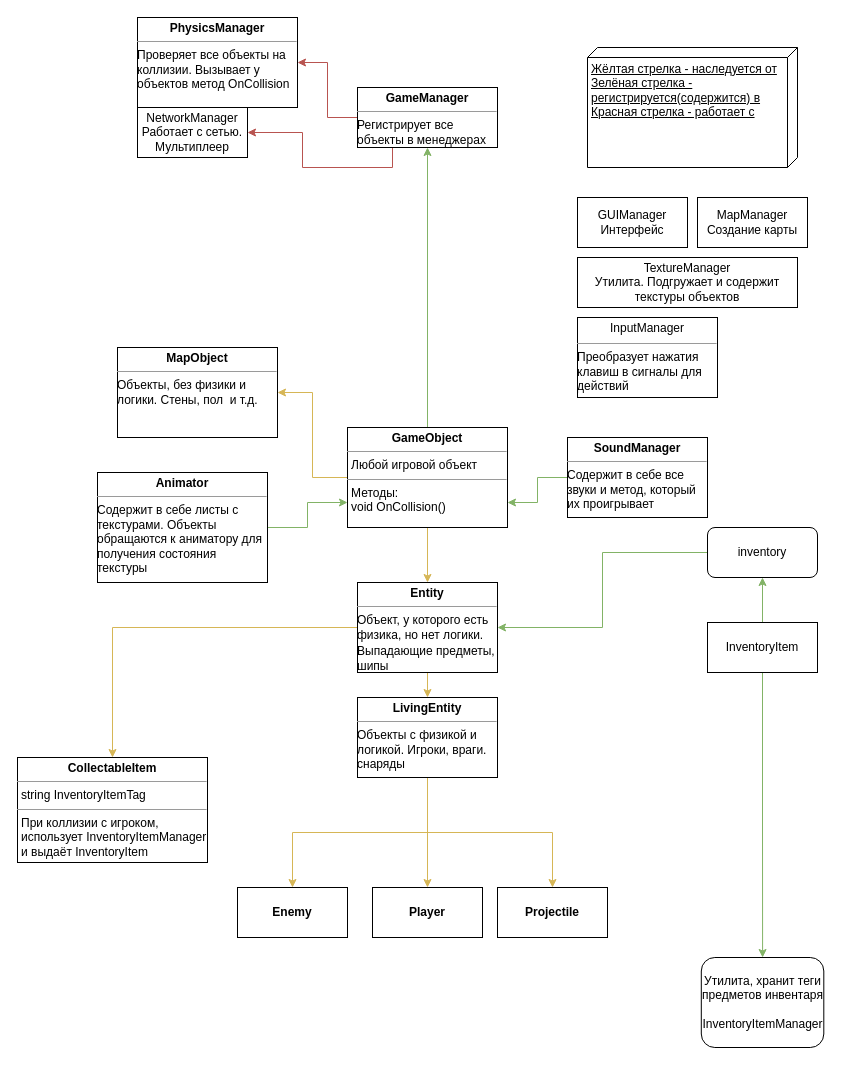
progtime-net/drawIOPlan keeps this draw.io diagram as progtimeDiagramm.drawio. Above is the earlier version. Source tidied: cells renumbered, new cells numbered last; positions are measured from the earlier drawing's top-left corner, leaving out a move shared by most shapes. Both pictures are drawn from the tidied source at 100%, with x=0, y=0 at pixel (17, 17).
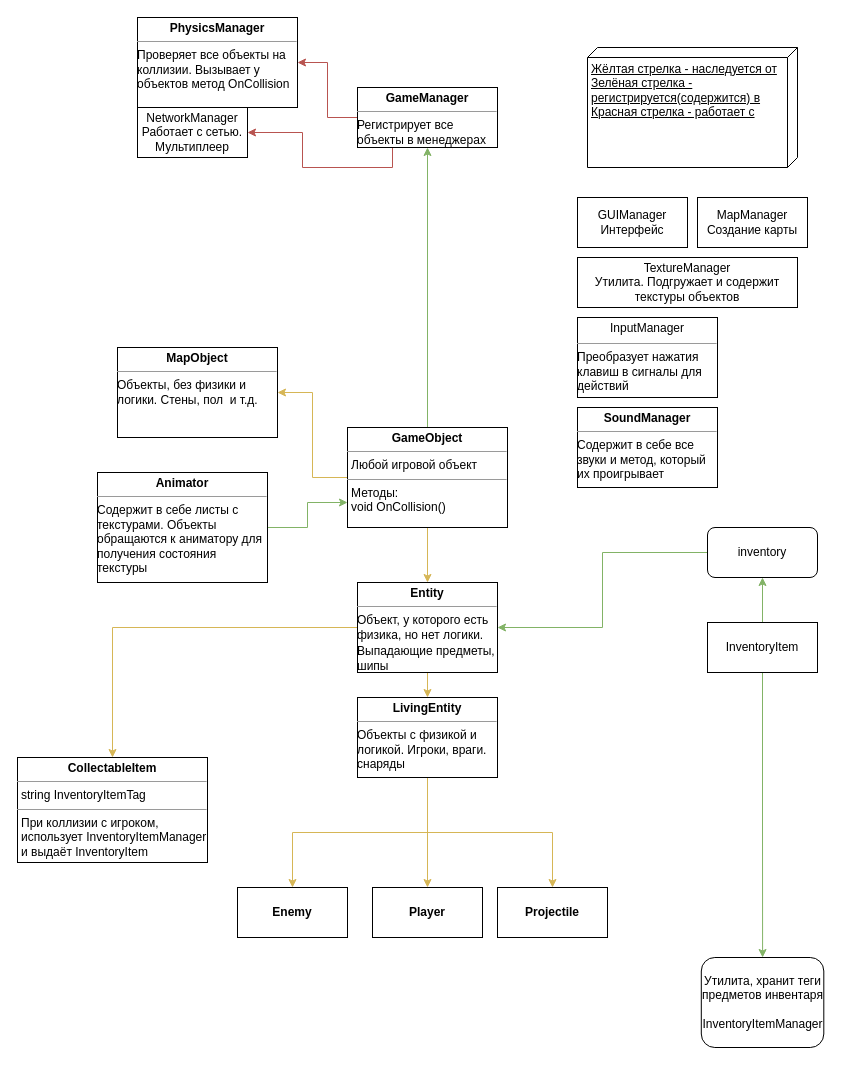
After the change.

Commit message:
Make SoundManager static

Unchanged cells that the change refers to:
```xml
<mxCell id="8" value="&lt;p style=&quot;margin:0px;margin-top:4px;text-align:center;&quot;&gt;&lt;b&gt;GameObject&lt;/b&gt;&lt;/p&gt;&lt;hr size=&quot;1&quot;&gt;&lt;p style=&quot;margin:0px;margin-left:4px;&quot;&gt;Любой игровой объект&lt;/p&gt;&lt;hr size=&quot;1&quot;&gt;&lt;p style=&quot;margin:0px;margin-left:4px;&quot;&gt;Методы:&lt;/p&gt;&lt;p style=&quot;margin:0px;margin-left:4px;&quot;&gt;void OnCollision()&lt;/p&gt;" style="verticalAlign=top;align=left;overflow=fill;fontSize=12;fontFamily=Helvetica;html=1;whiteSpace=wrap;" parent="1" vertex="1">
  <mxGeometry x="330" y="410" width="160" height="100" as="geometry" />
</mxCell>
```

Diff of the diagram source:
```diff
@@
-    <mxCell id="37" style="edgeStyle=orthogonalEdgeStyle;rounded=0;jettySize=auto;html=1;entryX=1;entryY=0.75;entryDx=0;entryDy=0;fillColor=#d5e8d4;strokeColor=#82b366;" parent="1" edge="1" source="38" target="8">
-      <mxGeometry relative="1" as="geometry" />
-    </mxCell>
     <mxCell id="38" value="&lt;p style=&quot;margin:0px;margin-top:4px;text-align:center;&quot;&gt;&lt;b&gt;SoundManager&lt;/b&gt;&lt;/p&gt;&lt;hr size=&quot;1&quot;&gt;&lt;div style=&quot;height:2px;&quot;&gt;Содержит в себе все звуки и метод, который их проигрывает&lt;/div&gt;" style="verticalAlign=top;align=left;overflow=fill;fontSize=12;fontFamily=Helvetica;html=1;whiteSpace=wrap;" parent="1" vertex="1">
-      <mxGeometry x="550" y="420" width="140" height="80" as="geometry" />
+      <mxGeometry x="560" y="390" width="140" height="80" as="geometry" />
     </mxCell>
```
